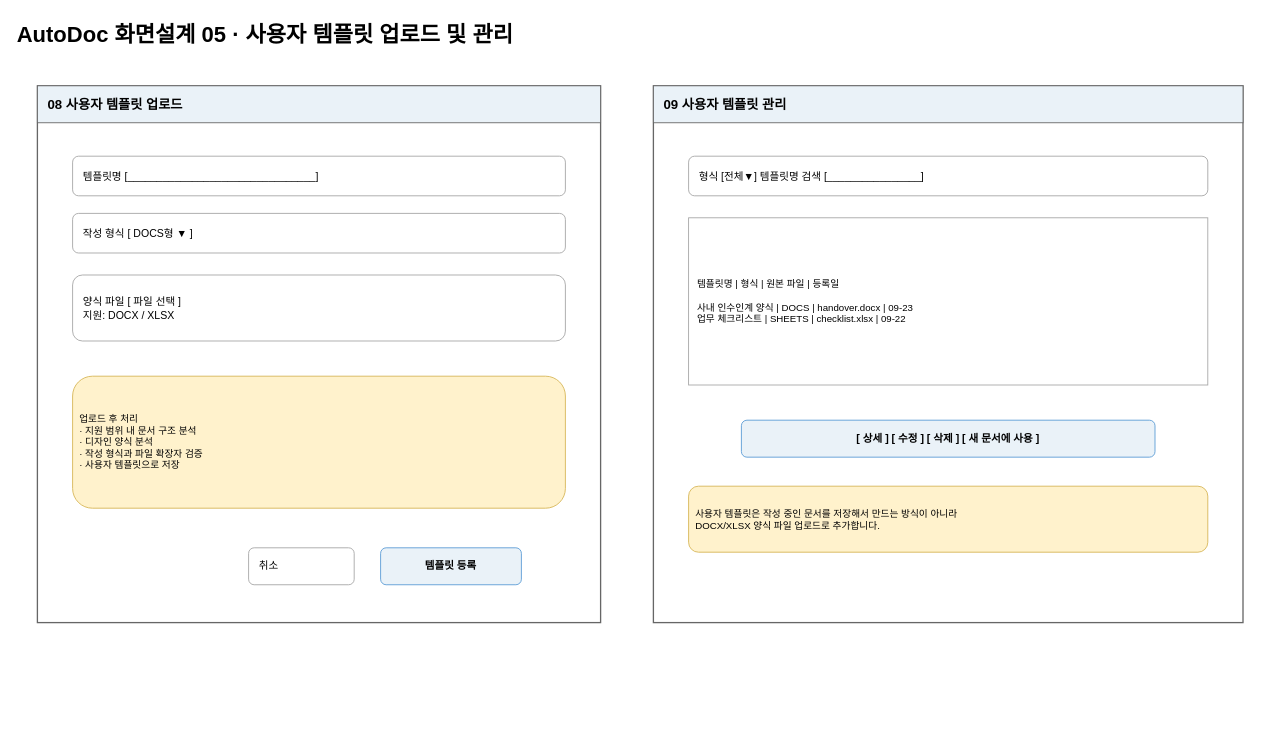
Ncoding2023/autodoc keeps this draw.io diagram as page "05 템플릿관리" (5 of 14) of docs/design/AutoDoc_화면설계서.drawio. Above is the earlier version. Source tidied: cells renumbered, new cells numbered last; positions are measured from the earlier drawing's top-left corner, leaving out a move shared by most shapes. Both pictures are drawn from the tidied source at 88%, with x=0, y=0 at pixel (15, 15).
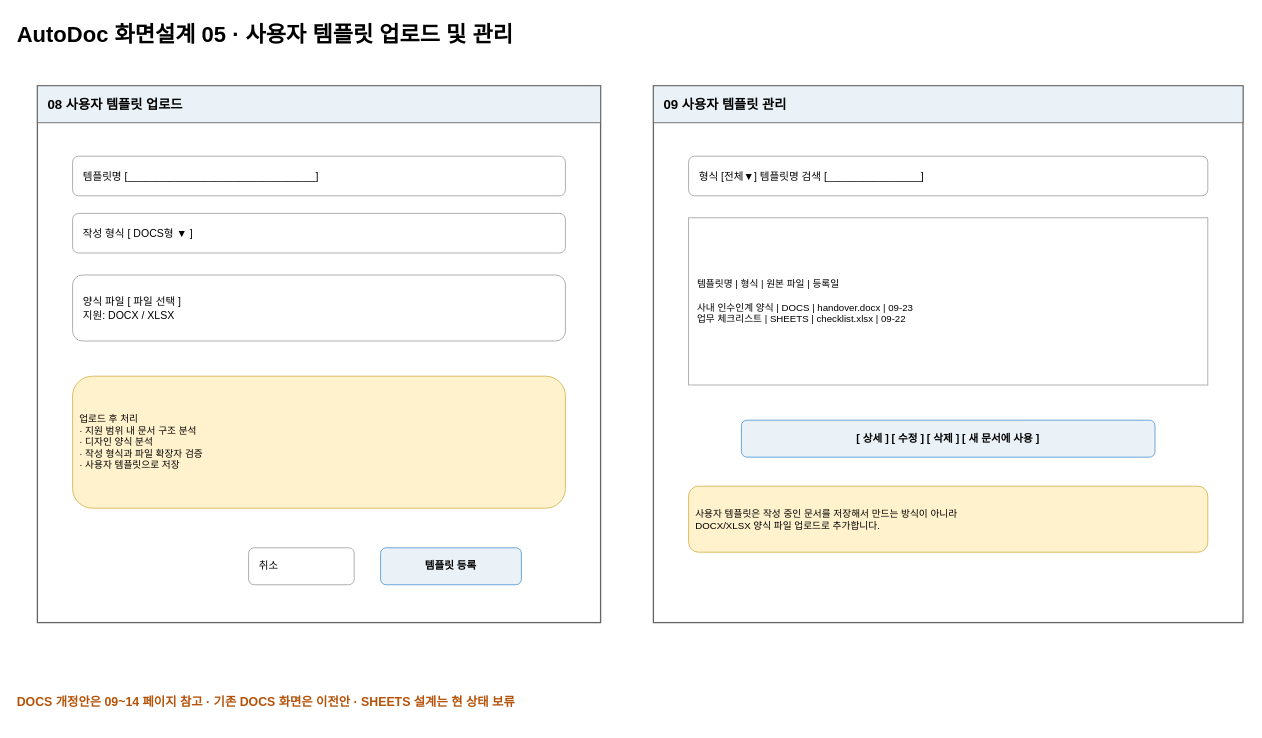
The same page after the edit.

What changed in the source:
```diff
@@
 <mxGraphModel>
   <root>
     <mxCell id="0" />
     <mxCell id="1" parent="0" />
     <mxCell id="2" value="AutoDoc 화면설계 05 · 사용자 템플릿 업로드 및 관리" style="text;html=1;fontSize=25;fontStyle=1;align=left;verticalAlign=middle;" parent="1" vertex="1">
       <mxGeometry width="1200" height="42" as="geometry" />
     </mxCell>
     <mxCell id="3" style="rounded=0;html=1;whiteSpace=wrap;fillColor=#FFFFFF;strokeColor=#666666;strokeWidth=1.5;" parent="1" vertex="1">
       <mxGeometry x="25" y="80" width="640" height="610" as="geometry" />
     </mxCell>
     <mxCell id="4" value="08 사용자 템플릿 업로드" style="rounded=0;html=1;whiteSpace=wrap;fillColor=#EAF2F8;strokeColor=#666666;fontStyle=1;fontSize=15;align=left;spacingLeft=10;" parent="1" vertex="1">
       <mxGeometry x="25" y="80" width="640" height="42" as="geometry" />
     </mxCell>
     <mxCell id="5" value="템플릿명  [________________________________]" style="rounded=1;html=1;whiteSpace=wrap;fillColor=#FFFFFF;strokeColor=#A6A6A6;align=left;spacingLeft=10;fontSize=12;" parent="1" vertex="1">
       <mxGeometry x="65" y="160" width="560" height="45" as="geometry" />
     </mxCell>
     <mxCell id="6" value="작성 형식  [ DOCS형 ▼ ]" style="rounded=1;html=1;whiteSpace=wrap;fillColor=#FFFFFF;strokeColor=#A6A6A6;align=left;spacingLeft=10;fontSize=12;" parent="1" vertex="1">
       <mxGeometry x="65" y="225" width="560" height="45" as="geometry" />
     </mxCell>
     <mxCell id="7" value="양식 파일  [ 파일 선택 ]&lt;br&gt;지원: DOCX / XLSX" style="rounded=1;html=1;whiteSpace=wrap;fillColor=#FFFFFF;strokeColor=#A6A6A6;align=left;spacingLeft=10;fontSize=12;" parent="1" vertex="1">
       <mxGeometry x="65" y="295" width="560" height="75" as="geometry" />
     </mxCell>
     <mxCell id="8" value="업로드 후 처리&lt;br&gt;· 지원 범위 내 문서 구조 분석&lt;br&gt;· 디자인 양식 분석&lt;br&gt;· 작성 형식과 파일 확장자 검증&lt;br&gt;· 사용자 템플릿으로 저장" style="rounded=1;html=1;whiteSpace=wrap;fillColor=#FFF2CC;strokeColor=#D6B656;align=left;spacing=8;fontSize=11;" parent="1" vertex="1">
       <mxGeometry x="65" y="410" width="560" height="150" as="geometry" />
     </mxCell>
     <mxCell id="9" value="취소" style="rounded=1;html=1;whiteSpace=wrap;fillColor=#FFFFFF;strokeColor=#A6A6A6;align=left;spacingLeft=10;fontSize=12;" parent="1" vertex="1">
       <mxGeometry x="265" y="605" width="120" height="42" as="geometry" />
     </mxCell>
     <mxCell id="10" value="템플릿 등록" style="rounded=1;html=1;whiteSpace=wrap;fillColor=#EAF2F8;strokeColor=#5B9BD5;fontStyle=1;fontSize=12;" parent="1" vertex="1">
       <mxGeometry x="415" y="605" width="160" height="42" as="geometry" />
     </mxCell>
     <mxCell id="11" style="rounded=0;html=1;whiteSpace=wrap;fillColor=#FFFFFF;strokeColor=#666666;strokeWidth=1.5;" parent="1" vertex="1">
       <mxGeometry x="725" y="80" width="670" height="610" as="geometry" />
     </mxCell>
     <mxCell id="12" value="09 사용자 템플릿 관리" style="rounded=0;html=1;whiteSpace=wrap;fillColor=#EAF2F8;strokeColor=#666666;fontStyle=1;fontSize=15;align=left;spacingLeft=10;" parent="1" vertex="1">
       <mxGeometry x="725" y="80" width="670" height="42" as="geometry" />
     </mxCell>
     <mxCell id="13" value="형식 [전체▼]    템플릿명 검색 [________________]" style="rounded=1;html=1;whiteSpace=wrap;fillColor=#FFFFFF;strokeColor=#A6A6A6;align=left;spacingLeft=10;fontSize=12;" parent="1" vertex="1">
       <mxGeometry x="765" y="160" width="590" height="45" as="geometry" />
     </mxCell>
     <mxCell id="14" value="템플릿명 | 형식 | 원본 파일 | 등록일&lt;br&gt;&lt;br&gt;사내 인수인계 양식 | DOCS | handover.docx | 09-23&lt;br&gt;업무 체크리스트 | SHEETS | checklist.xlsx | 09-22" style="rounded=0;html=1;whiteSpace=wrap;fillColor=#FFFFFF;strokeColor=#A6A6A6;align=left;spacingLeft=8;fontSize=11;" parent="1" vertex="1">
       <mxGeometry x="765" y="230" width="590" height="190" as="geometry" />
     </mxCell>
     <mxCell id="15" value="[ 상세 ]   [ 수정 ]   [ 삭제 ]   [ 새 문서에 사용 ]" style="rounded=1;html=1;whiteSpace=wrap;fillColor=#EAF2F8;strokeColor=#5B9BD5;fontStyle=1;fontSize=12;" parent="1" vertex="1">
       <mxGeometry x="825" y="460" width="470" height="42" as="geometry" />
     </mxCell>
     <mxCell id="16" value="사용자 템플릿은 작성 중인 문서를 저장해서 만드는 방식이 아니라&lt;br&gt;DOCX/XLSX 양식 파일 업로드로 추가합니다." style="rounded=1;html=1;whiteSpace=wrap;fillColor=#FFF2CC;strokeColor=#D6B656;align=left;spacing=8;fontSize=11;" parent="1" vertex="1">
       <mxGeometry x="765" y="535" width="590" height="75" as="geometry" />
     </mxCell>
+    <mxCell id="17" value="DOCS 개정안은 09~14 페이지 참고 · 기존 DOCS 화면은 이전안 · SHEETS 설계는 현 상태 보류" style="text;html=1;fontSize=14;fontStyle=1;fontColor=#B45309;align=left;" parent="1" vertex="1">
+      <mxGeometry y="765" width="1400" height="40" as="geometry" />
+    </mxCell>
   </root>
 </mxGraphModel>
```
